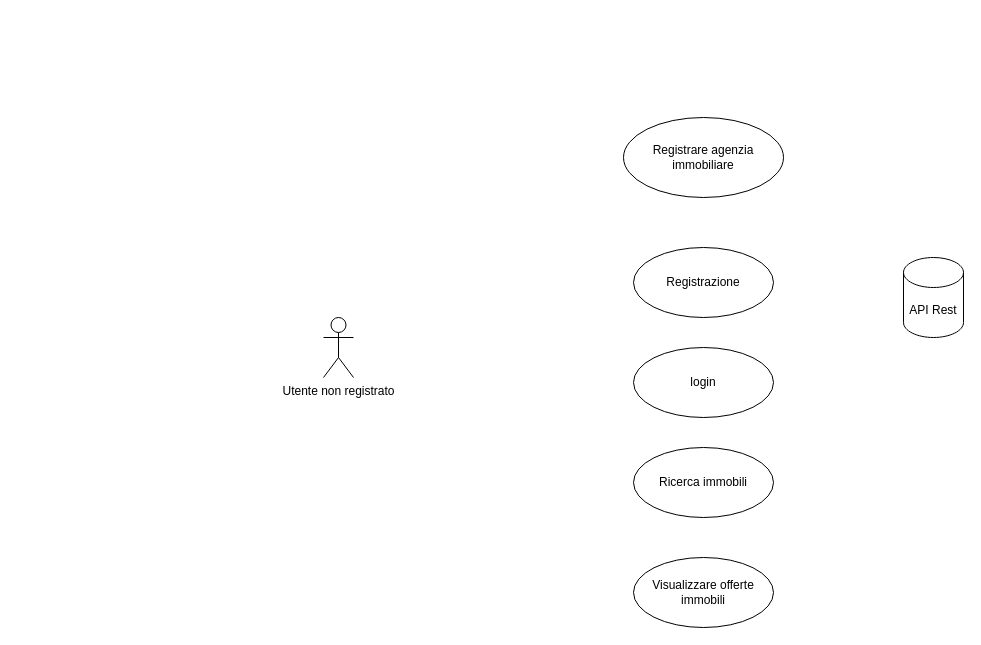
Above: diagrammi/UseCase-compratore.drawio in Sperob98/Documentazione-DietiEstates25 (draw.io), before the change. Source tidied: cells renumbered, new cells numbered last; positions are measured from the earlier drawing's top-left corner, leaving out a move shared by most shapes. Both pictures are drawn from the tidied source at 100%, with x=0, y=0 at pixel (323, 117).
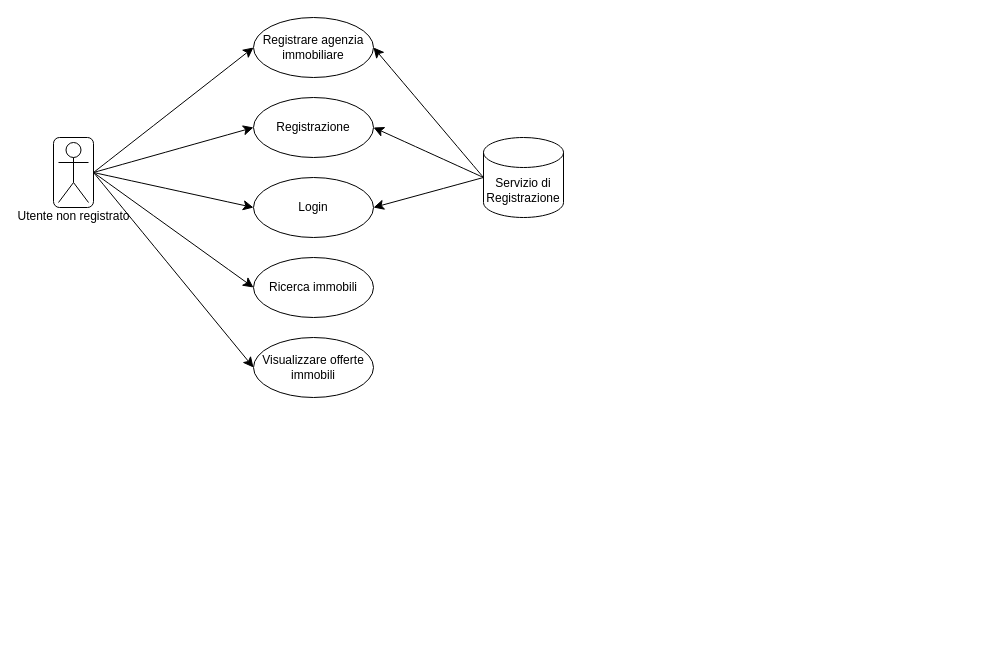
After the change.

The edit, as a diff of the source:
```diff
@@
 <mxGraphModel>
   <root>
     <mxCell id="0" />
     <mxCell id="1" parent="0" />
+    <mxCell id="9" style="edgeStyle=none;curved=1;rounded=0;jettySize=auto;html=1;exitX=1;exitY=0.5;exitDx=0;exitDy=0;entryX=0;entryY=0.5;entryDx=0;entryDy=0;fontSize=12;startSize=8;endSize=8;" parent="1" edge="1" source="13" target="3">
+      <mxGeometry relative="1" as="geometry" />
+    </mxCell>
+    <mxCell id="10" style="edgeStyle=none;curved=1;rounded=0;jettySize=auto;html=1;exitX=1;exitY=0.5;exitDx=0;exitDy=0;entryX=0;entryY=0.5;entryDx=0;entryDy=0;fontSize=12;startSize=8;endSize=8;" parent="1" edge="1" source="13" target="4">
+      <mxGeometry relative="1" as="geometry" />
+    </mxCell>
+    <mxCell id="11" style="edgeStyle=none;curved=1;rounded=0;jettySize=auto;html=1;exitX=1;exitY=0.5;exitDx=0;exitDy=0;entryX=0;entryY=0.5;entryDx=0;entryDy=0;fontSize=12;startSize=8;endSize=8;" parent="1" edge="1" source="13" target="5">
+      <mxGeometry relative="1" as="geometry" />
+    </mxCell>
+    <mxCell id="12" style="edgeStyle=none;curved=1;rounded=0;jettySize=auto;html=1;exitX=1;exitY=0.5;exitDx=0;exitDy=0;entryX=0;entryY=0.5;entryDx=0;entryDy=0;fontSize=12;startSize=8;endSize=8;" parent="1" edge="1" source="13" target="7">
+      <mxGeometry relative="1" as="geometry" />
+    </mxCell>
+    <mxCell id="13" style="rounded=1;whiteSpace=wrap;html=1;" parent="1" vertex="1">
+      <mxGeometry x="-270" y="20" width="40" height="70" as="geometry" />
+    </mxCell>
     <mxCell id="2" value="Utente non registrato" style="shape=umlActor;verticalLabelPosition=bottom;verticalAlign=top;html=1;" parent="1" vertex="1">
-      <mxGeometry y="200" width="30" height="60" as="geometry" />
+      <mxGeometry x="-265" y="25" width="30" height="60" as="geometry" />
     </mxCell>
     <mxCell id="3" value="Registrare agenzia immobiliare" style="ellipse;whiteSpace=wrap;html=1;" parent="1" vertex="1">
-      <mxGeometry x="300" width="160" height="80" as="geometry" />
+      <mxGeometry x="-70" y="-100" width="120" height="60" as="geometry" />
     </mxCell>
     <mxCell id="4" value="Registrazione" style="ellipse;whiteSpace=wrap;html=1;" parent="1" vertex="1">
-      <mxGeometry x="310" y="130" width="140" height="70" as="geometry" />
+      <mxGeometry x="-70" y="-20" width="120" height="60" as="geometry" />
     </mxCell>
-    <mxCell id="5" value="login" style="ellipse;whiteSpace=wrap;html=1;" parent="1" vertex="1">
-      <mxGeometry x="310" y="230" width="140" height="70" as="geometry" />
+    <mxCell id="5" value="Login" style="ellipse;whiteSpace=wrap;html=1;" parent="1" vertex="1">
+      <mxGeometry x="-70" y="60" width="120" height="60" as="geometry" />
     </mxCell>
     <mxCell id="6" value="Ricerca immobili" style="ellipse;whiteSpace=wrap;html=1;" parent="1" vertex="1">
-      <mxGeometry x="310" y="330" width="140" height="70" as="geometry" />
+      <mxGeometry x="-70" y="140" width="120" height="60" as="geometry" />
     </mxCell>
     <mxCell id="7" value="Visualizzare offerte immobili" style="ellipse;whiteSpace=wrap;html=1;" parent="1" vertex="1">
-      <mxGeometry x="310" y="440" width="140" height="70" as="geometry" />
+      <mxGeometry x="-70" y="220" width="120" height="60" as="geometry" />
     </mxCell>
+    <mxCell id="14" style="edgeStyle=none;curved=1;rounded=0;jettySize=auto;html=1;exitX=0;exitY=0.5;exitDx=0;exitDy=0;exitPerimeter=0;entryX=1;entryY=0.5;entryDx=0;entryDy=0;fontSize=12;startSize=8;endSize=8;" parent="1" edge="1" source="8" target="3">
+      <mxGeometry relative="1" as="geometry" />
+    </mxCell>
+    <mxCell id="15" style="edgeStyle=none;curved=1;rounded=0;jettySize=auto;html=1;exitX=0;exitY=0.5;exitDx=0;exitDy=0;exitPerimeter=0;entryX=1;entryY=0.5;entryDx=0;entryDy=0;fontSize=12;startSize=8;endSize=8;" parent="1" edge="1" source="8" target="4">
+      <mxGeometry relative="1" as="geometry" />
+    </mxCell>
+    <mxCell id="16" style="edgeStyle=none;curved=1;rounded=0;jettySize=auto;html=1;exitX=0;exitY=0.5;exitDx=0;exitDy=0;exitPerimeter=0;entryX=1;entryY=0.5;entryDx=0;entryDy=0;fontSize=12;startSize=8;endSize=8;" parent="1" edge="1" source="8" target="5">
+      <mxGeometry relative="1" as="geometry" />
+    </mxCell>
-    <mxCell id="8" value="API Rest" style="shape=cylinder3;whiteSpace=wrap;html=1;boundedLbl=1;backgroundOutline=1;size=15;" parent="1" vertex="1">
-      <mxGeometry x="580" y="140" width="60" height="80" as="geometry" />
+    <mxCell id="8" value="Servizio di Registrazione" style="shape=cylinder3;whiteSpace=wrap;html=1;boundedLbl=1;backgroundOutline=1;size=15;" parent="1" vertex="1">
+      <mxGeometry x="160" y="20" width="80" height="80" as="geometry" />
     </mxCell>
+    <mxCell id="17" style="edgeStyle=none;curved=1;rounded=0;jettySize=auto;html=1;exitX=1;exitY=0.5;exitDx=0;exitDy=0;fontSize=12;startSize=8;endSize=8;entryX=0;entryY=0.5;entryDx=0;entryDy=0;" parent="1" edge="1" source="13" target="6">
+      <mxGeometry relative="1" as="geometry" />
+    </mxCell>
   </root>
 </mxGraphModel>
```
